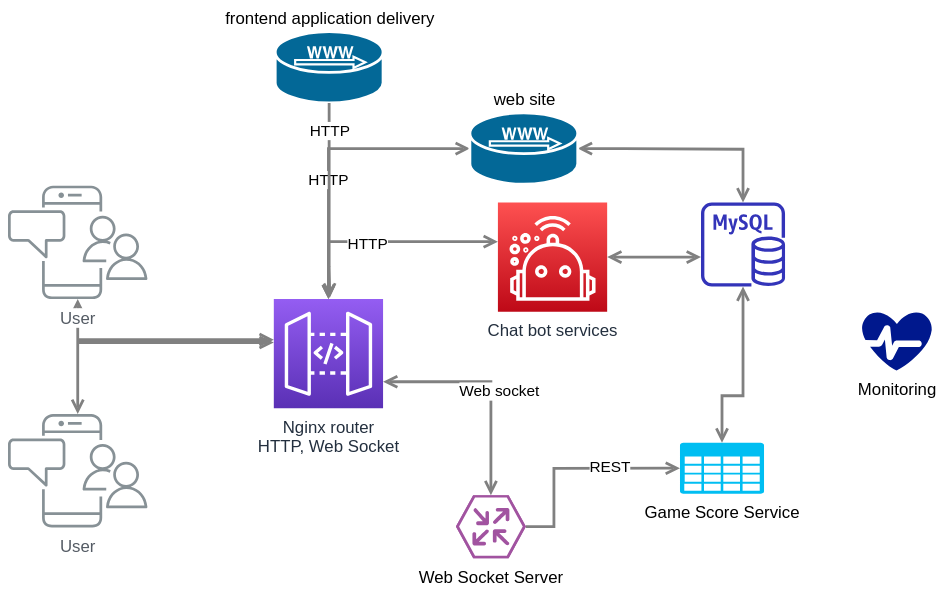
The draw.io diagram airhockey-component-hld.svg in grikdotnet/airhockey, before a commit. Source tidied: cells renumbered, new cells last; positions are measured from the earlier drawing's top-left corner, leaving out a move shared by most shapes.
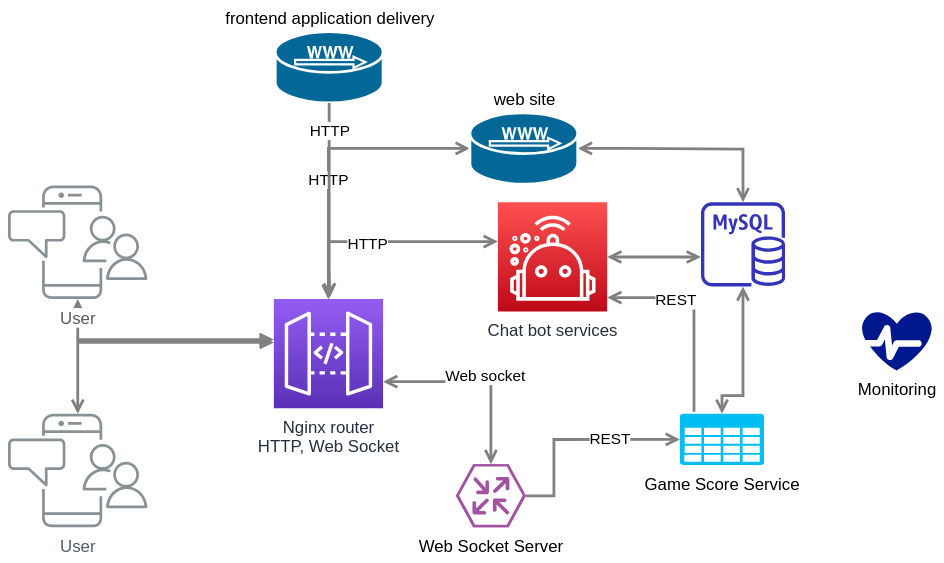
The same diagram one commit later.

Commit message:
component hld diagram

Diff of the diagram source:
```diff
@@ -79,7 +79,7 @@
       <mxGeometry x="495" y="122" width="60" height="60" as="geometry" />
     </mxCell>
     <mxCell id="17" value="Web Socket Server" style="verticalLabelPosition=bottom;html=1;fillColor=#A153A0;strokeColor=#ffffff;verticalAlign=top;align=center;points=[[0,0.5,0],[0.125,0.25,0],[0.25,0,0],[0.5,0,0],[0.75,0,0],[0.875,0.25,0],[1,0.5,0],[0.875,0.75,0],[0.75,1,0],[0.5,1,0],[0.125,0.75,0]];shape=mxgraph.cisco_safe.compositeIcon;bgIcon=mxgraph.cisco_safe.design.blank_device;resIcon=mxgraph.cisco_safe.design.router_2;" parent="1" vertex="1">
-      <mxGeometry x="320" y="331" width="50" height="45" as="geometry" />
+      <mxGeometry x="320" y="309" width="50" height="45" as="geometry" />
     </mxCell>
     <mxCell id="18" value="Chat bot services" style="outlineConnect=0;fontColor=#232F3E;gradientColor=#FE5151;gradientDirection=north;fillColor=#BE0917;strokeColor=#ffffff;dashed=0;verticalLabelPosition=bottom;verticalAlign=top;align=center;html=1;fontSize=12;fontStyle=0;shape=mxgraph.aws4.resourceIcon;resIcon=mxgraph.aws4.robomaker;" parent="1" vertex="1">
       <mxGeometry x="350" y="122" width="78" height="78" as="geometry" />
@@ -88,7 +88,7 @@
       <mxGeometry x="610" y="200" width="50" height="42" as="geometry" />
     </mxCell>
     <mxCell id="20" value="Game Score Service" style="verticalLabelPosition=bottom;html=1;verticalAlign=top;align=center;strokeColor=none;fillColor=#00BEF2;shape=mxgraph.azure.storage;" parent="1" vertex="1">
-      <mxGeometry x="480" y="293.5" width="60" height="36.5" as="geometry" />
+      <mxGeometry x="480" y="273" width="60" height="36.5" as="geometry" />
     </mxCell>
     <mxCell id="21" style="edgeStyle=orthogonalEdgeStyle;rounded=0;jettySize=auto;html=1;startArrow=open;startFill=0;endArrow=open;endFill=0;strokeWidth=2;strokeColor=#808080;entryX=0.5;entryY=0;entryDx=0;entryDy=0;entryPerimeter=0;" parent="1" edge="1" source="16" target="20">
       <mxGeometry relative="1" as="geometry">
@@ -100,8 +100,8 @@
     <mxCell id="22" style="edgeStyle=orthogonalEdgeStyle;rounded=0;jettySize=auto;html=1;startArrow=none;startFill=0;endArrow=open;endFill=0;strokeWidth=2;strokeColor=#808080;exitX=1;exitY=0.5;exitDx=0;exitDy=0;exitPerimeter=0;entryX=0;entryY=0.5;entryDx=0;entryDy=0;entryPerimeter=0;" parent="1" edge="1" source="17" target="20">
       <mxGeometry relative="1" as="geometry">
         <Array as="points">
-          <mxPoint x="390" y="354" />
-          <mxPoint x="390" y="312" />
+          <mxPoint x="390" y="332" />
+          <mxPoint x="390" y="291" />
         </Array>
       </mxGeometry>
     </mxCell>
@@ -124,5 +124,15 @@
         <mxPoint x="1" y="-62" as="offset" />
       </mxGeometry>
     </mxCell>
+    <mxCell id="27" style="edgeStyle=orthogonalEdgeStyle;rounded=0;jettySize=auto;html=1;startArrow=none;startFill=0;endArrow=open;endFill=0;strokeWidth=2;strokeColor=#808080;exitX=0.167;exitY=-0.041;exitDx=0;exitDy=0;exitPerimeter=0;" parent="1" edge="1" source="20" target="18">
+      <mxGeometry relative="1" as="geometry">
+        <Array as="points">
+          <mxPoint x="490" y="190" />
+        </Array>
+      </mxGeometry>
+    </mxCell>
+    <mxCell id="28" value="REST" style="edgeLabel;html=1;align=center;verticalAlign=middle;" parent="27" vertex="1">
+      <mxGeometry x="0.33" y="1" relative="1" as="geometry" />
+    </mxCell>
   </root>
 </mxGraphModel>
```
